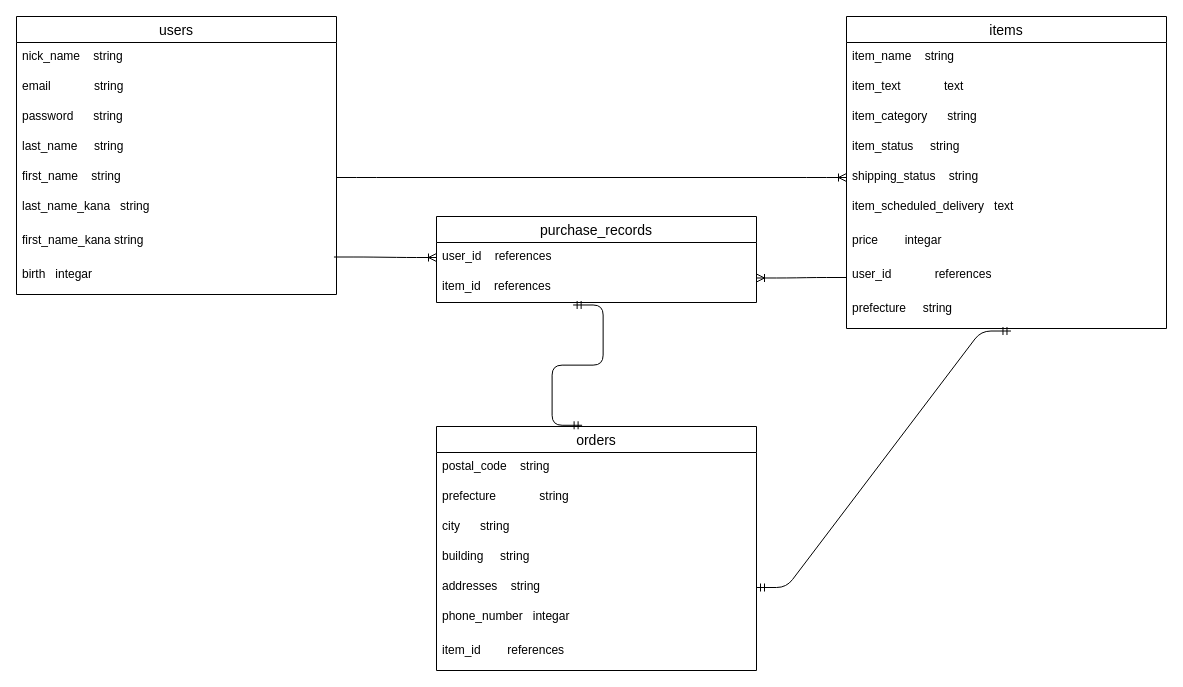
Before: app/views/furima.dio in allfiction100806210913/furima-38460, a draw.io diagram. Source tidied: cells renumbered, new cells numbered last; positions are measured from the earlier drawing's top-left corner, leaving out a move shared by most shapes. Both pictures are drawn from the tidied source at 100%, with x=0, y=0 at pixel (16, 16).
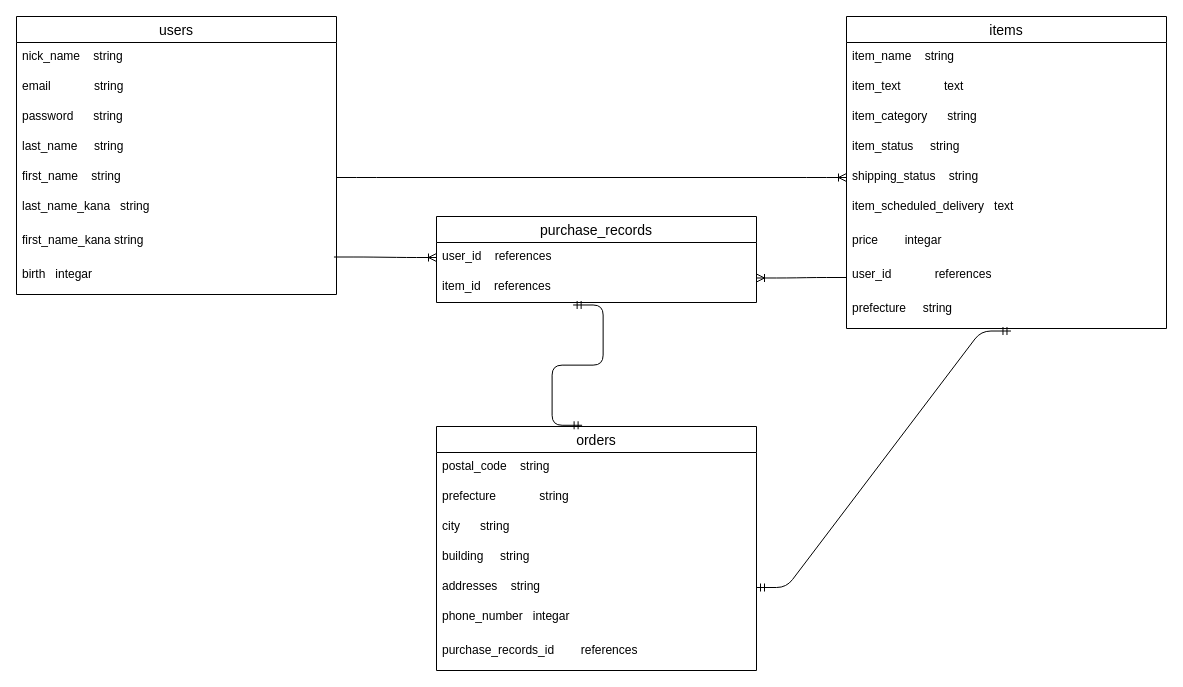
After the change.

Unchanged cells that the change refers to:
```xml
<mxCell id="21" value="orders" style="swimlane;fontStyle=0;horizontal=1;startSize=26;align=center;fontSize=14;" parent="1" vertex="1">
  <mxGeometry x="420" y="410" width="320" height="244" as="geometry" />
</mxCell>
```

Change to the diagram source:
```diff
@@
-    <mxCell id="28" value="item_id        references" style="text;strokeColor=none;fillColor=none;spacingLeft=4;spacingRight=4;overflow=hidden;fontSize=12;" parent="21" vertex="1">
+    <mxCell id="28" value="purchase_records_id        references" style="text;strokeColor=none;fillColor=none;spacingLeft=4;spacingRight=4;overflow=hidden;fontSize=12;" parent="21" vertex="1">
       <mxGeometry y="210" width="320" height="34" as="geometry" />
     </mxCell>
```
